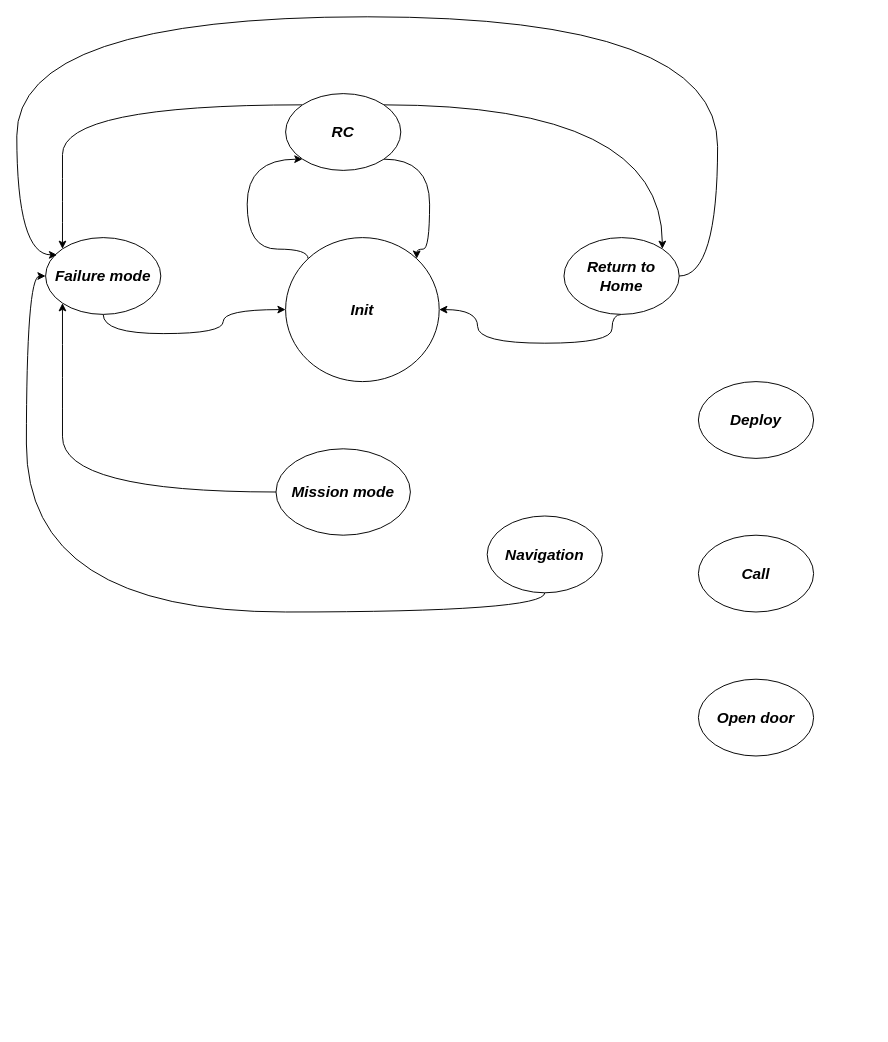
Earlier version of the draw.io diagram Untitled Diagram.drawio (jcangaritan/Robot-hospitalario). Source tidied: cells renumbered, new cells numbered last; positions are measured from the earlier drawing's top-left corner, leaving out a move shared by most shapes. Both pictures are drawn from the tidied source at 96%, with x=0, y=0 at pixel (16, 16).
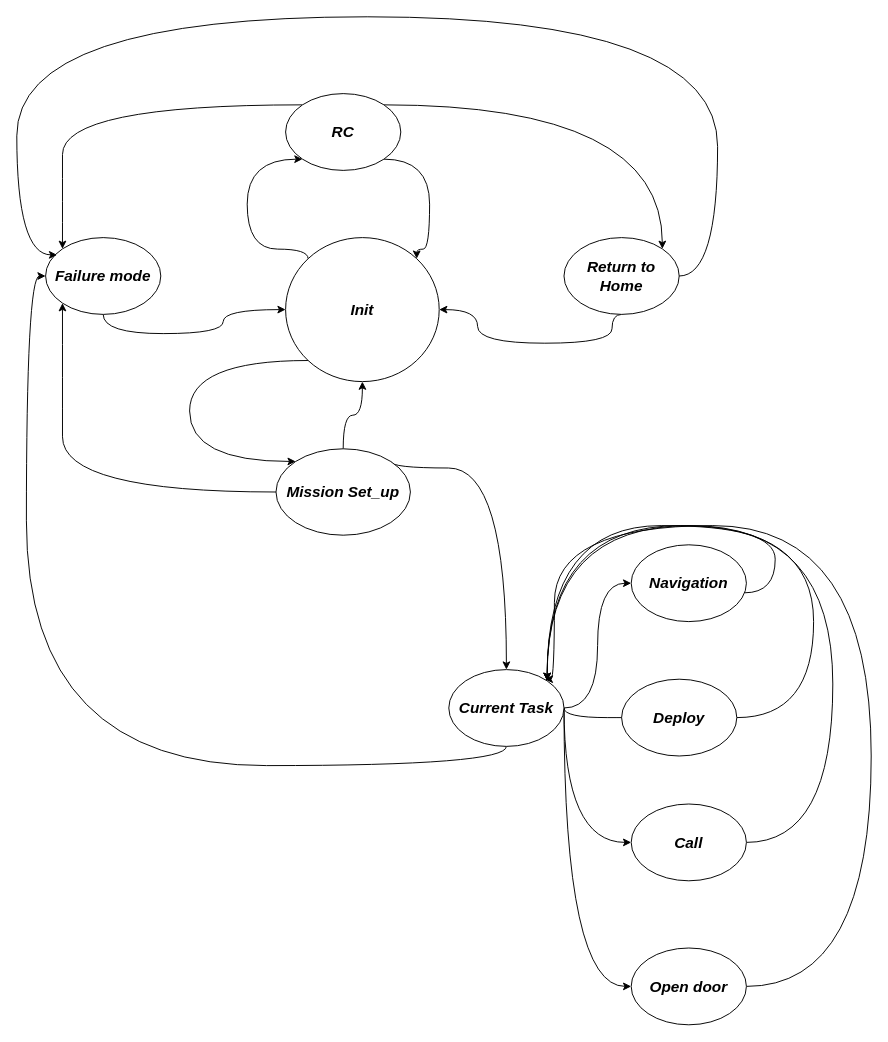
After the change.

Unchanged cells that the change refers to:
```xml
<mxCell id="3" value="&lt;font size=&quot;3&quot;&gt;&lt;i&gt;&lt;b&gt;Init&lt;/b&gt;&lt;/i&gt;&lt;/font&gt;" style="ellipse;whiteSpace=wrap;html=1;" parent="1" vertex="1">
  <mxGeometry x="280" y="230" width="160" height="150" as="geometry" />
</mxCell>
```

What changed in the source:
```diff
@@
+    <mxCell id="20" style="edgeStyle=orthogonalEdgeStyle;curved=1;rounded=0;jettySize=auto;html=1;exitX=0;exitY=1;exitDx=0;exitDy=0;entryX=0;entryY=0;entryDx=0;entryDy=0;" parent="1" edge="1" source="3" target="9">
+      <mxGeometry relative="1" as="geometry">
+        <Array as="points">
+          <mxPoint x="180" y="358" />
+          <mxPoint x="180" y="463" />
+        </Array>
+      </mxGeometry>
+    </mxCell>
@@
+    <mxCell id="21" style="edgeStyle=orthogonalEdgeStyle;curved=1;rounded=0;jettySize=auto;html=1;entryX=0.5;entryY=1;entryDx=0;entryDy=0;" parent="1" edge="1" source="9" target="3">
+      <mxGeometry relative="1" as="geometry" />
+    </mxCell>
+    <mxCell id="22" style="edgeStyle=orthogonalEdgeStyle;curved=1;rounded=0;jettySize=auto;html=1;exitX=1;exitY=0;exitDx=0;exitDy=0;entryX=0.5;entryY=0;entryDx=0;entryDy=0;" parent="1" edge="1" source="9" target="13">
+      <mxGeometry relative="1" as="geometry">
+        <Array as="points">
+          <mxPoint x="390" y="470" />
+          <mxPoint x="510" y="470" />
+        </Array>
+      </mxGeometry>
+    </mxCell>
-    <mxCell id="9" value="&lt;font size=&quot;3&quot;&gt;&lt;i&gt;&lt;b&gt;Mission mode&lt;br&gt;&lt;/b&gt;&lt;/i&gt;&lt;/font&gt;" style="ellipse;whiteSpace=wrap;html=1;" parent="1" vertex="1">
+    <mxCell id="9" value="&lt;font size=&quot;3&quot;&gt;&lt;i&gt;&lt;b&gt;Mission Set_up&lt;br&gt;&lt;/b&gt;&lt;/i&gt;&lt;/font&gt;" style="ellipse;whiteSpace=wrap;html=1;" parent="1" vertex="1">
       <mxGeometry x="270" y="450" width="140" height="90" as="geometry" />
     </mxCell>
@@
+    <mxCell id="23" style="edgeStyle=orthogonalEdgeStyle;curved=1;rounded=0;jettySize=auto;html=1;exitX=1;exitY=0.5;exitDx=0;exitDy=0;entryX=0;entryY=0.5;entryDx=0;entryDy=0;" parent="1" edge="1" source="13" target="31">
+      <mxGeometry relative="1" as="geometry" />
+    </mxCell>
+    <mxCell id="24" style="edgeStyle=orthogonalEdgeStyle;curved=1;rounded=0;jettySize=auto;html=1;entryX=0;entryY=0.5;entryDx=0;entryDy=0;exitX=1;exitY=0.5;exitDx=0;exitDy=0;" parent="1" edge="1" source="13" target="14">
+      <mxGeometry relative="1" as="geometry">
+        <Array as="points">
+          <mxPoint x="570" y="730" />
+          <mxPoint x="660" y="730" />
+        </Array>
+      </mxGeometry>
+    </mxCell>
+    <mxCell id="25" style="edgeStyle=orthogonalEdgeStyle;curved=1;rounded=0;jettySize=auto;html=1;entryX=0;entryY=0.5;entryDx=0;entryDy=0;" parent="1" edge="1" source="13" target="15">
+      <mxGeometry relative="1" as="geometry">
+        <Array as="points">
+          <mxPoint x="570" y="860" />
+        </Array>
+      </mxGeometry>
+    </mxCell>
+    <mxCell id="26" style="edgeStyle=orthogonalEdgeStyle;curved=1;rounded=0;jettySize=auto;html=1;entryX=0;entryY=0.5;entryDx=0;entryDy=0;" parent="1" edge="1" source="13" target="16">
+      <mxGeometry relative="1" as="geometry">
+        <Array as="points">
+          <mxPoint x="570" y="1010" />
+        </Array>
+      </mxGeometry>
+    </mxCell>
-    <mxCell id="13" value="&lt;font size=&quot;3&quot;&gt;&lt;i&gt;&lt;b&gt;Navigation&lt;/b&gt;&lt;/i&gt;&lt;/font&gt;" style="ellipse;whiteSpace=wrap;html=1;" parent="1" vertex="1">
-      <mxGeometry x="490" y="520" width="120" height="80" as="geometry" />
+    <mxCell id="13" value="&lt;font size=&quot;3&quot;&gt;&lt;i&gt;&lt;b&gt;Current Task&lt;br&gt;&lt;/b&gt;&lt;/i&gt;&lt;/font&gt;" style="ellipse;whiteSpace=wrap;html=1;" parent="1" vertex="1">
+      <mxGeometry x="450" y="680" width="120" height="80" as="geometry" />
     </mxCell>
+    <mxCell id="27" style="edgeStyle=orthogonalEdgeStyle;curved=1;rounded=0;jettySize=auto;html=1;entryX=1;entryY=0;entryDx=0;entryDy=0;" parent="1" edge="1" source="14" target="13">
+      <mxGeometry relative="1" as="geometry">
+        <Array as="points">
+          <mxPoint x="830" y="730" />
+          <mxPoint x="830" y="530" />
+          <mxPoint x="552" y="530" />
+        </Array>
+      </mxGeometry>
+    </mxCell>
     <mxCell id="14" value="&lt;font size=&quot;3&quot;&gt;&lt;i&gt;&lt;b&gt;Deploy&lt;/b&gt;&lt;/i&gt;&lt;/font&gt;" style="ellipse;whiteSpace=wrap;html=1;" parent="1" vertex="1">
-      <mxGeometry x="710" y="380" width="120" height="80" as="geometry" />
+      <mxGeometry x="630" y="690" width="120" height="80" as="geometry" />
     </mxCell>
+    <mxCell id="28" style="edgeStyle=orthogonalEdgeStyle;curved=1;rounded=0;jettySize=auto;html=1;entryX=1;entryY=0;entryDx=0;entryDy=0;" parent="1" edge="1" source="15" target="13">
+      <mxGeometry relative="1" as="geometry">
+        <Array as="points">
+          <mxPoint x="850" y="860" />
+          <mxPoint x="850" y="530" />
+          <mxPoint x="552" y="530" />
+        </Array>
+      </mxGeometry>
+    </mxCell>
     <mxCell id="15" value="&lt;font size=&quot;3&quot;&gt;&lt;i&gt;&lt;b&gt;Call&lt;/b&gt;&lt;/i&gt;&lt;/font&gt;" style="ellipse;whiteSpace=wrap;html=1;" parent="1" vertex="1">
-      <mxGeometry x="710" y="540" width="120" height="80" as="geometry" />
+      <mxGeometry x="640" y="820" width="120" height="80" as="geometry" />
     </mxCell>
+    <mxCell id="29" style="edgeStyle=orthogonalEdgeStyle;curved=1;rounded=0;jettySize=auto;html=1;" parent="1" edge="1" source="16">
+      <mxGeometry relative="1" as="geometry">
+        <mxPoint x="550" y="690" as="targetPoint" />
+        <Array as="points">
+          <mxPoint x="890" y="1010" />
+          <mxPoint x="890" y="530" />
+          <mxPoint x="560" y="530" />
+          <mxPoint x="560" y="690" />
+        </Array>
+      </mxGeometry>
+    </mxCell>
     <mxCell id="16" value="&lt;font size=&quot;3&quot;&gt;&lt;i&gt;&lt;b&gt;Open door&lt;br&gt;&lt;/b&gt;&lt;/i&gt;&lt;/font&gt;" style="ellipse;whiteSpace=wrap;html=1;" parent="1" vertex="1">
-      <mxGeometry x="710" y="690" width="120" height="80" as="geometry" />
+      <mxGeometry x="640" y="970" width="120" height="80" as="geometry" />
     </mxCell>
@@
+    <mxCell id="30" style="edgeStyle=orthogonalEdgeStyle;curved=1;rounded=0;jettySize=auto;html=1;entryX=1;entryY=0;entryDx=0;entryDy=0;" parent="1" edge="1" source="31" target="13">
+      <mxGeometry relative="1" as="geometry">
+        <Array as="points">
+          <mxPoint x="790" y="600" />
+          <mxPoint x="790" y="530" />
+          <mxPoint x="552" y="530" />
+        </Array>
+      </mxGeometry>
+    </mxCell>
+    <mxCell id="31" value="&lt;font size=&quot;3&quot;&gt;&lt;i&gt;&lt;b&gt;Navigation&lt;/b&gt;&lt;/i&gt;&lt;/font&gt;" style="ellipse;whiteSpace=wrap;html=1;" parent="1" vertex="1">
+      <mxGeometry x="640" y="550" width="120" height="80" as="geometry" />
+    </mxCell>
```
